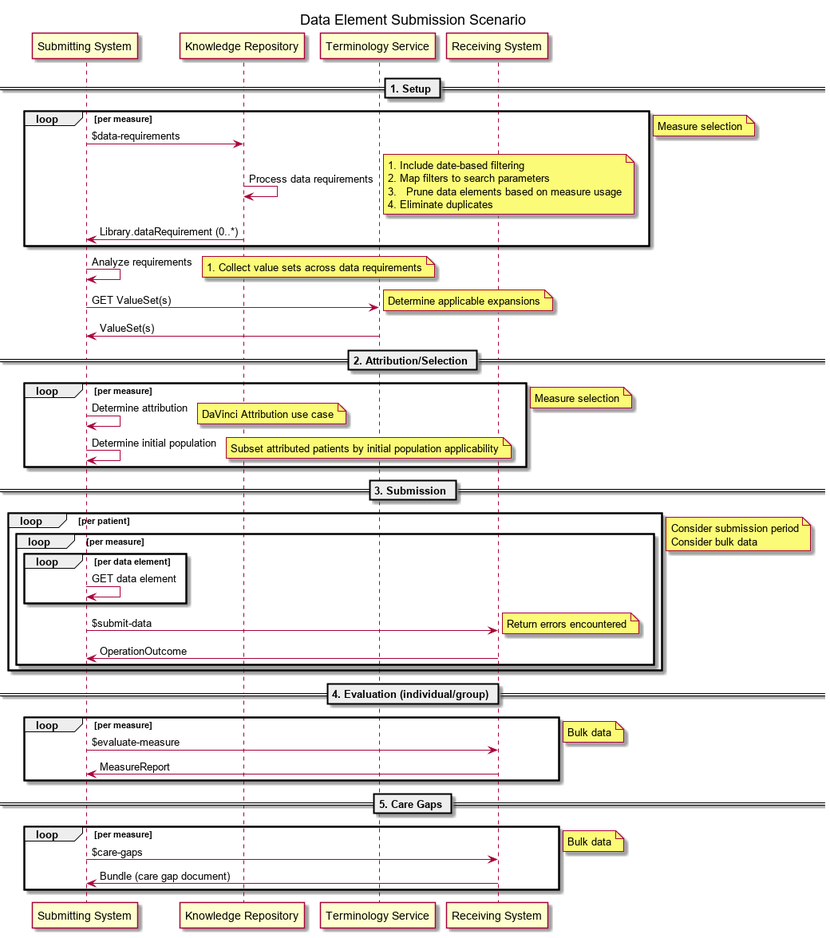
This is input/images/Data_Element_Submission_Scenario.png from HL7/cqf-measures, a PlantUML export, as it was before one commit.
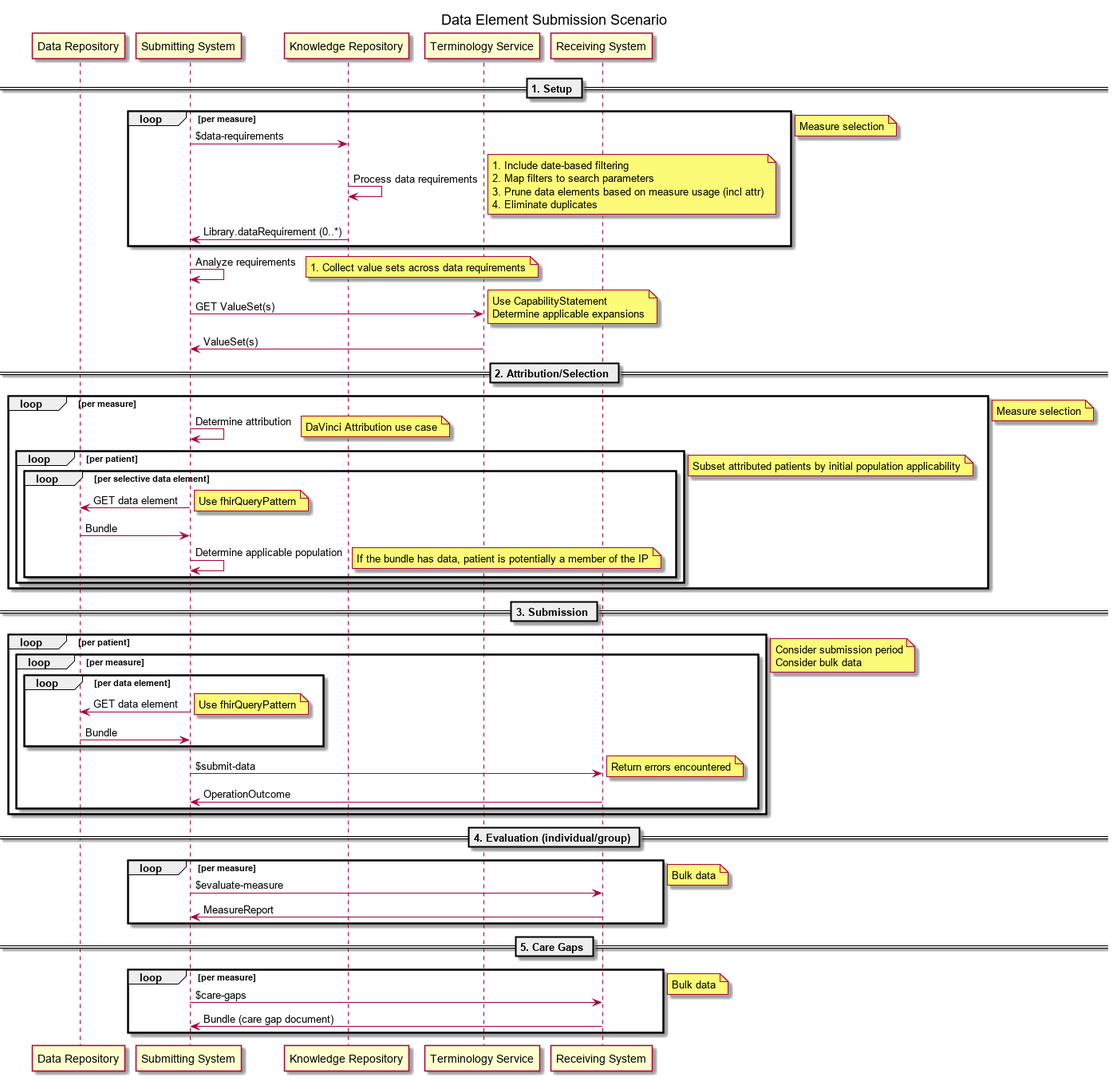
Later version of the same file.

Commit message:
J#34882: Added "Data Repository" as a role in the data element submission scenario

The edit, as a diff of the source:
```diff
@@ -1,5 +1,6 @@
 @startuml Data_Element_Submission_Scenario
 title Data Element Submission Scenario
+participant "Data Repository" as DR
 participant "Submitting System" as Submitter
 participant "Knowledge Repository" as KR
 participant "Terminology Service" as TS
@@ -9,21 +10,29 @@
 loop per measure
     Submitter -> KR: $data-requirements
     KR -> KR: Process data requirements
-    note right: 1. Include date-based filtering\n2. Map filters to search parameters\n3.   Prune data elements based on measure usage\n4. Eliminate duplicates
+    note right: 1. Include date-based filtering\n2. Map filters to search parameters\n3. Prune data elements based on measure usage (incl attr)\n4. Eliminate duplicates
     KR -> Submitter: Library.dataRequirement (0..*)
 end
 note right: Measure selection
 Submitter -> Submitter: Analyze requirements
 note right: 1. Collect value sets across data requirements
 Submitter -> TS: GET ValueSet(s)
-note right: Determine applicable expansions
+note right: Use CapabilityStatement\nDetermine applicable expansions
 TS -> Submitter: ValueSet(s)
 
 == 2. Attribution/Selection ==
 loop per measure
     Submitter -> Submitter: Determine attribution
     note right: DaVinci Attribution use case
-    Submitter -> Submitter: Determine initial population
+    loop per patient
+        loop per selective data element
+            Submitter -> DR: GET data element
+            note right: Use fhirQueryPattern
+            DR -> Submitter: Bundle
+            Submitter -> Submitter: Determine applicable population
+            note right: If the bundle has data, patient is potentially a member of the IP
+        end
+    end
     note right: Subset attributed patients by initial population applicability
 end
 note right: Measure selection
@@ -32,7 +41,9 @@
 loop per patient
     loop per measure
         loop per data element
-            Submitter -> Submitter: GET data element
+            Submitter -> DR: GET data element
+            note right: Use fhirQueryPattern
+            DR -> Submitter: Bundle
         end
         Submitter -> Receiver: $submit-data
         note right: Return errors encountered
```
